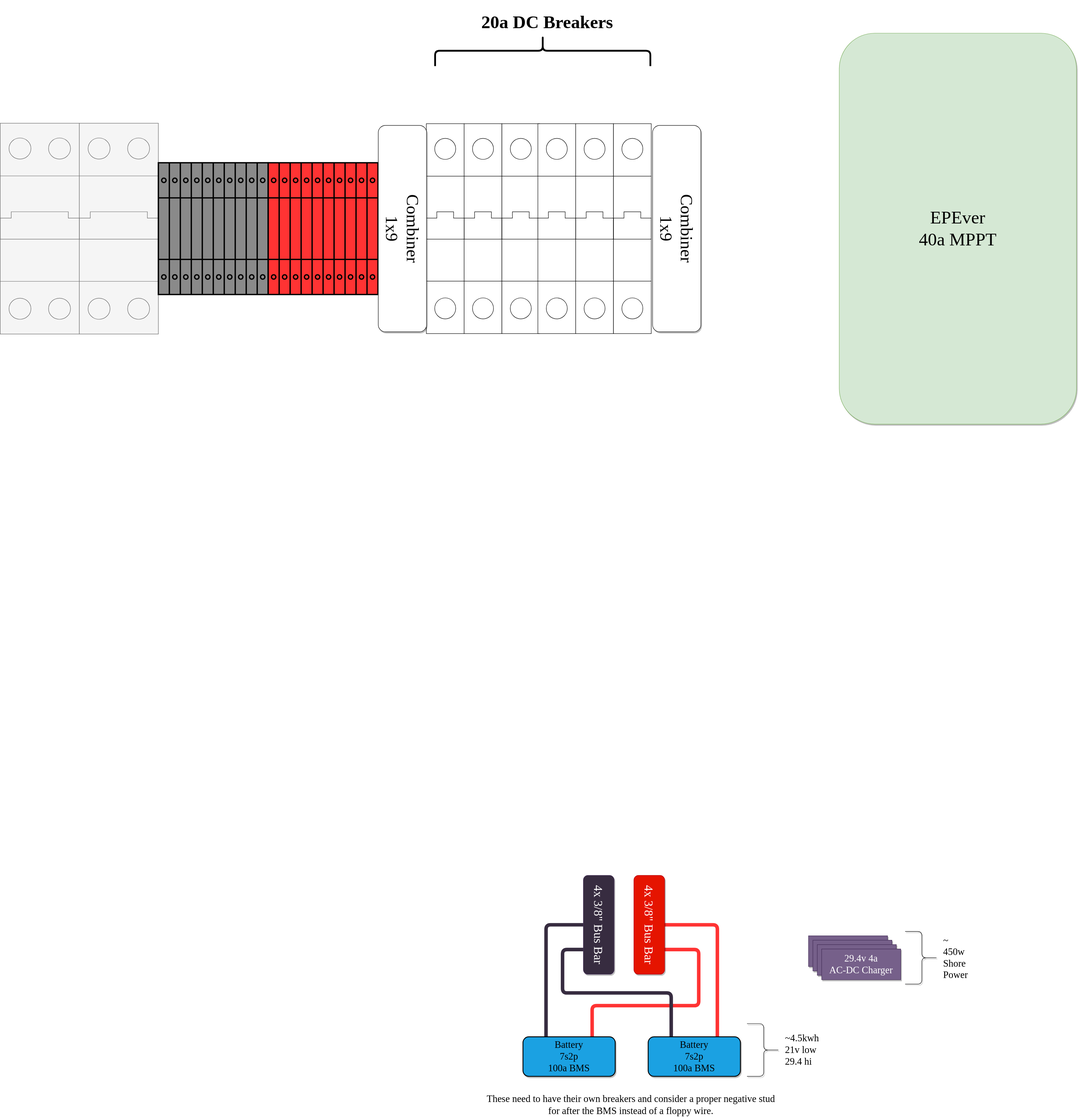
Earlier version of the draw.io export gary-bussy-electrical.drawio.svg (clomads/gary-bussy). Source tidied: cells renumbered, new cells last; positions are measured from the earlier drawing's top-left corner, leaving out a move shared by most shapes.
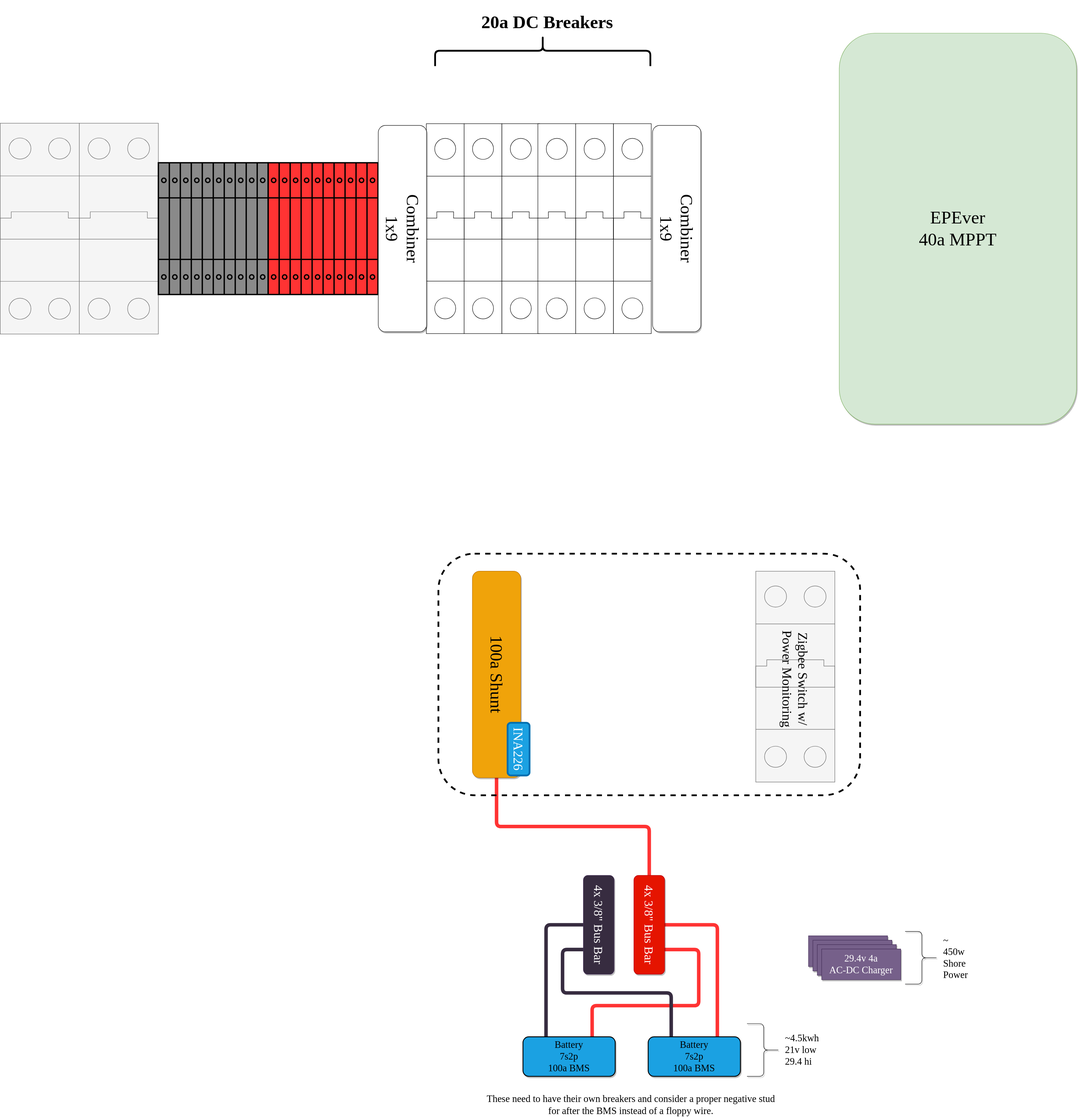
The same file after the commit.

Commit message:
under cabinet DIN Box

Diff of the diagram source:
```diff
@@ -39,6 +39,9 @@
     <mxCell id="8" value="~4.5kwh&lt;br&gt;21v low&lt;br&gt;29.4 hi&amp;nbsp;&amp;nbsp;" style="shape=curlyBracket;whiteSpace=wrap;html=1;rounded=1;flipH=1;labelPosition=right;verticalLabelPosition=middle;align=left;verticalAlign=middle;shadow=1;sketch=0;fontFamily=League Spartan;fontSource=https%3A%2F%2Ffonts.googleapis.com%2Fcss%3Ffamily%3DLeague%2BSpartan;fontSize=22;spacingLeft=9;" parent="1" vertex="1">
       <mxGeometry x="1700" y="2330" width="76" height="120" as="geometry" />
     </mxCell>
+    <mxCell id="35" style="edgeStyle=orthogonalEdgeStyle;rounded=1;jettySize=auto;html=1;exitX=0.5;exitY=1;exitDx=0;exitDy=0;entryX=1;entryY=0.5;entryDx=0;entryDy=0;fontFamily=League Spartan;fontSource=https%3A%2F%2Ffonts.googleapis.com%2Fcss%3Ffamily%3DLeague%2BSpartan;fontSize=41;endArrow=none;endFill=0;strokeColor=#FF3333;strokeWidth=8;" parent="1" edge="1" source="9" target="37">
+      <mxGeometry relative="1" as="geometry" />
+    </mxCell>
     <mxCell id="9" value="4x 3/8&quot; Bus Bar" style="rounded=1;whiteSpace=wrap;html=1;shadow=1;sketch=0;fontFamily=League Spartan;fontSource=https%3A%2F%2Ffonts.googleapis.com%2Fcss%3Ffamily%3DLeague%2BSpartan;fontSize=28;direction=south;fillColor=#e51400;strokeColor=#B20000;fontColor=#ffffff;rotation=90;" parent="1" vertex="1">
       <mxGeometry x="1365" y="2070" width="225" height="70" as="geometry" />
     </mxCell>
@@ -117,5 +120,20 @@
     <mxCell id="34" value="20a DC Breakers" style="text;html=1;align=center;verticalAlign=middle;strokeColor=none;fillColor=none;fontSize=41;fontFamily=League Spartan;fontSource=https%3A%2F%2Ffonts.googleapis.com%2Fcss%3Ffamily%3DLeague%2BSpartan;fontStyle=1;" parent="32" vertex="1">
       <mxGeometry x="99.8" y="20" width="310" height="60" as="geometry" />
     </mxCell>
+    <mxCell id="36" style="rounded=1;whiteSpace=wrap;html=1;sketch=0;strokeColor=default;strokeWidth=4;fontFamily=League Spartan;fontSource=https%3A%2F%2Ffonts.googleapis.com%2Fcss%3Ffamily%3DLeague%2BSpartan;fontSize=41;fillColor=none;dashed=1;perimeterSpacing=0;" parent="1" vertex="1">
+      <mxGeometry x="997.5" y="1260" width="960" height="550" as="geometry" />
+    </mxCell>
+    <mxCell id="37" value="100a Shunt" style="rounded=1;whiteSpace=wrap;html=1;shadow=1;sketch=0;fontFamily=League Spartan;fontSource=https%3A%2F%2Ffonts.googleapis.com%2Fcss%3Ffamily%3DLeague%2BSpartan;fontSize=39;rotation=90;fillColor=#f0a30a;fontColor=#000000;strokeColor=#BD7000;" parent="1" vertex="1">
+      <mxGeometry x="894.8" y="1480" width="470.2" height="110" as="geometry" />
+    </mxCell>
+    <mxCell id="38" value="INA226" style="rounded=1;whiteSpace=wrap;html=1;sketch=0;strokeColor=#006EAF;strokeWidth=4;fontFamily=League Spartan;fontSource=https%3A%2F%2Ffonts.googleapis.com%2Fcss%3Ffamily%3DLeague%2BSpartan;fontSize=30;fillColor=#1ba1e2;horizontal=1;rotation=90;fontColor=#ffffff;" parent="1" vertex="1">
+      <mxGeometry x="1120" y="1680" width="120" height="50" as="geometry" />
+    </mxCell>
+    <mxCell id="39" style="verticalLabelPosition=bottom;dashed=0;shadow=0;html=1;align=center;verticalAlign=top;shape=mxgraph.cabinets.cb_2p;sketch=0;fontFamily=League Spartan;fontSource=https%3A%2F%2Ffonts.googleapis.com%2Fcss%3Ffamily%3DLeague%2BSpartan;fontSize=27;fillColor=#f5f5f5;fontColor=#333333;strokeColor=#666666;" parent="1" vertex="1">
+      <mxGeometry x="1720" y="1300" width="180" height="480" as="geometry" />
+    </mxCell>
+    <mxCell id="40" value="Zigbee Switch w/&lt;br&gt;Power Monitoring" style="text;html=1;align=center;verticalAlign=middle;strokeColor=none;fillColor=none;fontSize=30;fontFamily=League Spartan;shadow=0;rotation=90;" parent="1" vertex="1">
+      <mxGeometry x="1690" y="1500" width="240" height="90" as="geometry" />
+    </mxCell>
   </root>
 </mxGraphModel>
```
